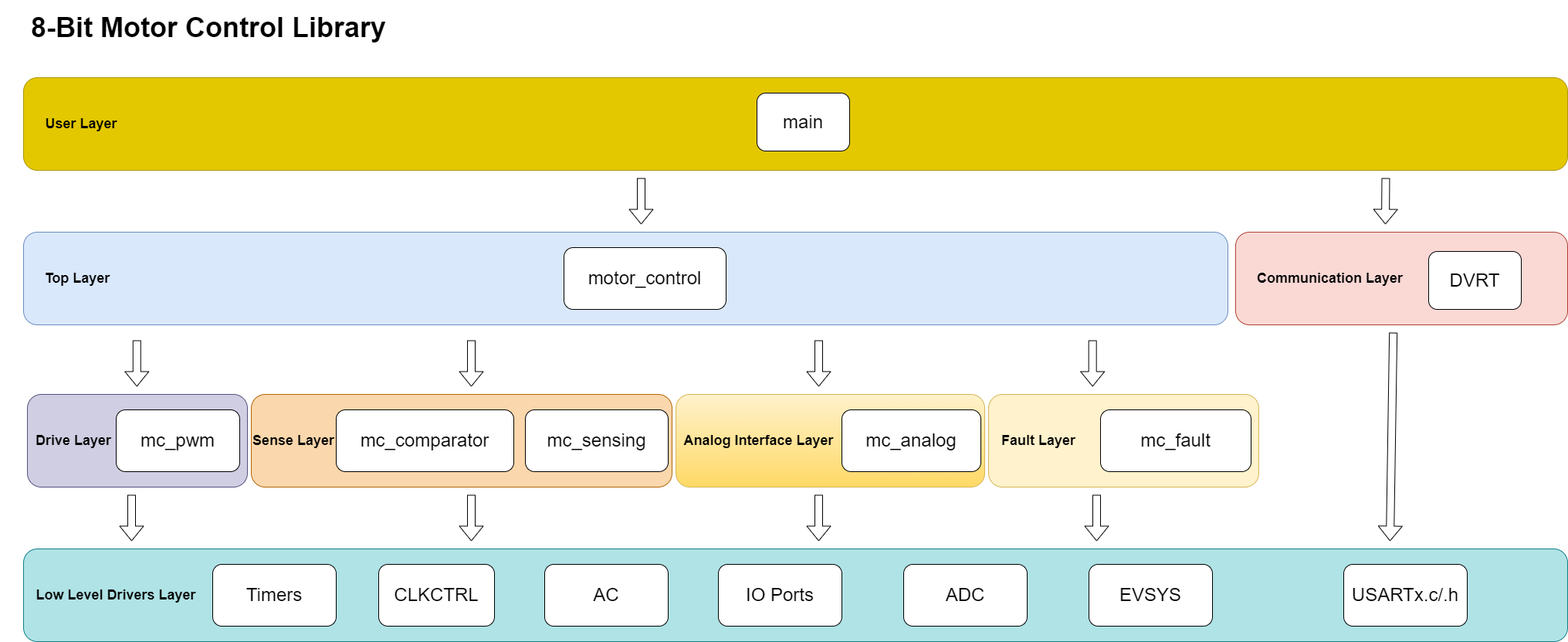
The draw.io diagram images/8bit_Motor_Control_Library_Block_Diagram.png in microchip-pic-avr-examples/avr16eb32-bldc-pmsm-motor-control-demo, before a commit. Source tidied: cells renumbered, new cells last; positions are measured from the earlier drawing's top-left corner, leaving out a move shared by most shapes.
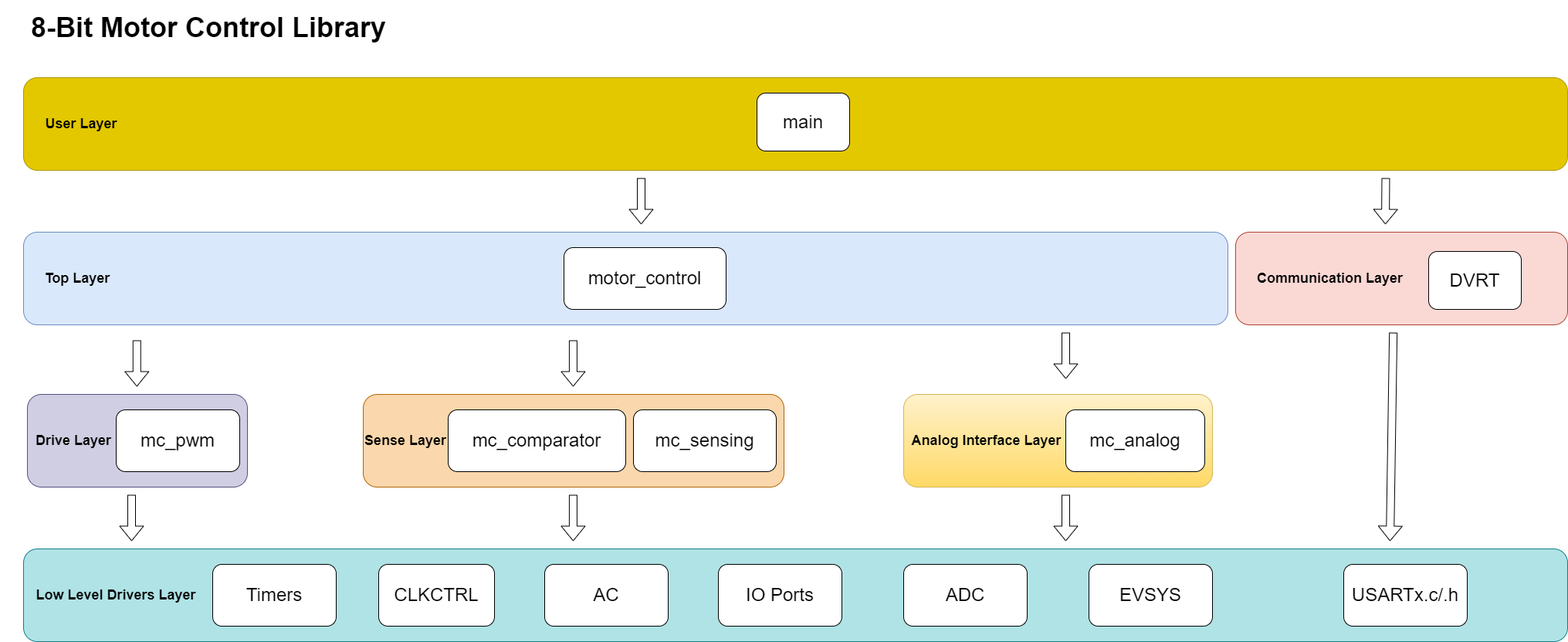
The same diagram one commit later.

Change to the diagram source:
```diff
@@ -6,17 +6,14 @@
       <mxGeometry x="30" y="710" width="2000" height="120" as="geometry" />
     </mxCell>
     <mxCell id="3" style="rounded=1;whiteSpace=wrap;html=1;fillColor=#fff2cc;strokeColor=#d6b656;gradientColor=#ffd966;" parent="1" vertex="1">
-      <mxGeometry x="875" y="510" width="400" height="120" as="geometry" />
+      <mxGeometry x="1170" y="510" width="400" height="120" as="geometry" />
     </mxCell>
     <mxCell id="4" style="rounded=1;whiteSpace=wrap;html=1;fillColor=#fad7ac;strokeColor=#b46504;" parent="1" vertex="1">
-      <mxGeometry x="325" y="510" width="545" height="120" as="geometry" />
+      <mxGeometry x="470" y="510" width="545" height="120" as="geometry" />
     </mxCell>
     <mxCell id="5" style="rounded=1;whiteSpace=wrap;html=1;fillColor=#fad9d5;strokeColor=#ae4132;" parent="1" vertex="1">
       <mxGeometry x="1600" y="300" width="430" height="120" as="geometry" />
     </mxCell>
-    <mxCell id="6" style="rounded=1;whiteSpace=wrap;html=1;fillColor=#fff2cc;strokeColor=#d6b656;" parent="1" vertex="1">
-      <mxGeometry x="1280" y="510" width="350" height="120" as="geometry" />
-    </mxCell>
     <mxCell id="7" style="rounded=1;whiteSpace=wrap;html=1;fillColor=#d0cee2;strokeColor=#56517e;" parent="1" vertex="1">
       <mxGeometry x="35" y="510" width="285" height="120" as="geometry" />
     </mxCell>
@@ -36,19 +33,16 @@
       <mxGeometry x="730" y="320" width="210" height="80" as="geometry" />
     </mxCell>
     <mxCell id="13" value="&lt;font style=&quot;font-size: 24px;&quot;&gt;mc_analog&lt;/font&gt;" style="rounded=1;whiteSpace=wrap;html=1;" parent="1" vertex="1">
-      <mxGeometry x="1090" y="530" width="180" height="80" as="geometry" />
+      <mxGeometry x="1380" y="530" width="180" height="80" as="geometry" />
     </mxCell>
     <mxCell id="14" value="&lt;font style=&quot;font-size: 24px;&quot;&gt;mc_pwm&lt;/font&gt;" style="rounded=1;whiteSpace=wrap;html=1;" parent="1" vertex="1">
       <mxGeometry x="150" y="530" width="160" height="80" as="geometry" />
     </mxCell>
-    <mxCell id="15" value="&lt;font style=&quot;font-size: 24px;&quot;&gt;mc_fault&lt;/font&gt;" style="rounded=1;whiteSpace=wrap;html=1;" parent="1" vertex="1">
-      <mxGeometry x="1425" y="530" width="195" height="80" as="geometry" />
-    </mxCell>
     <mxCell id="16" value="&lt;font style=&quot;font-size: 24px;&quot;&gt;mc_sensing&lt;/font&gt;" style="rounded=1;whiteSpace=wrap;html=1;" parent="1" vertex="1">
-      <mxGeometry x="680" y="530" width="185" height="80" as="geometry" />
+      <mxGeometry x="820" y="530" width="185" height="80" as="geometry" />
     </mxCell>
     <mxCell id="17" value="&lt;font style=&quot;font-size: 24px;&quot;&gt;mc_comparator&lt;/font&gt;" style="rounded=1;whiteSpace=wrap;html=1;" parent="1" vertex="1">
-      <mxGeometry x="435" y="530" width="230" height="80" as="geometry" />
+      <mxGeometry x="580" y="530" width="230" height="80" as="geometry" />
     </mxCell>
     <mxCell id="18" value="&lt;b&gt;&lt;font style=&quot;font-size: 18px;&quot;&gt;User Layer&lt;/font&gt;&lt;/b&gt;" style="text;html=1;strokeColor=none;fillColor=none;align=center;verticalAlign=middle;whiteSpace=wrap;rounded=0;" parent="1" vertex="1">
       <mxGeometry x="55" y="145" width="100" height="30" as="geometry" />
@@ -60,13 +54,10 @@
       <mxGeometry x="40" y="555" width="110" height="30" as="geometry" />
     </mxCell>
     <mxCell id="21" value="&lt;b&gt;&lt;font style=&quot;font-size: 18px;&quot;&gt;Sense Layer&lt;/font&gt;&lt;/b&gt;" style="text;html=1;strokeColor=none;fillColor=none;align=center;verticalAlign=middle;whiteSpace=wrap;rounded=0;" parent="1" vertex="1">
-      <mxGeometry x="325" y="555" width="110" height="30" as="geometry" />
+      <mxGeometry x="470" y="555" width="110" height="30" as="geometry" />
     </mxCell>
-    <mxCell id="22" value="&lt;b&gt;&lt;font style=&quot;font-size: 18px;&quot;&gt;Fault Layer&lt;/font&gt;&lt;/b&gt;" style="text;html=1;strokeColor=none;fillColor=none;align=center;verticalAlign=middle;whiteSpace=wrap;rounded=0;" parent="1" vertex="1">
-      <mxGeometry x="1290" y="555" width="110" height="30" as="geometry" />
-    </mxCell>
     <mxCell id="23" value="&lt;b&gt;&lt;font style=&quot;font-size: 18px;&quot;&gt;Analog Interface Layer&lt;/font&gt;&lt;/b&gt;" style="text;html=1;strokeColor=none;fillColor=none;align=center;verticalAlign=middle;whiteSpace=wrap;rounded=0;" parent="1" vertex="1">
-      <mxGeometry x="880" y="555" width="205" height="30" as="geometry" />
+      <mxGeometry x="1175" y="555" width="205" height="30" as="geometry" />
     </mxCell>
     <mxCell id="24" value="&lt;b&gt;&lt;font style=&quot;font-size: 18px;&quot;&gt;Communication Layer&lt;/font&gt;&lt;/b&gt;" style="text;html=1;strokeColor=none;fillColor=none;align=center;verticalAlign=middle;whiteSpace=wrap;rounded=0;" parent="1" vertex="1">
       <mxGeometry x="1620" y="345" width="205" height="30" as="geometry" />
@@ -86,12 +77,6 @@
         <mxPoint x="1794" y="290" as="targetPoint" />
       </mxGeometry>
     </mxCell>
-    <mxCell id="28" style="shape=flexArrow;endArrow=classic;html=1;rounded=0;" parent="1" edge="1">
-      <mxGeometry relative="1" as="geometry">
-        <mxPoint x="1414.7" y="440" as="sourcePoint" />
-        <mxPoint x="1414.7" y="500" as="targetPoint" />
-      </mxGeometry>
-    </mxCell>
     <mxCell id="29" value="&lt;font style=&quot;font-size: 24px;&quot;&gt;ADC&lt;/font&gt;" style="rounded=1;whiteSpace=wrap;html=1;" parent="1" vertex="1">
       <mxGeometry x="1170" y="730" width="160" height="80" as="geometry" />
     </mxCell>
@@ -110,12 +95,6 @@
     <mxCell id="34" value="&lt;font style=&quot;font-size: 24px;&quot;&gt;EVSYS&lt;/font&gt;" style="rounded=1;whiteSpace=wrap;html=1;" parent="1" vertex="1">
       <mxGeometry x="1410" y="730" width="160" height="80" as="geometry" />
     </mxCell>
-    <mxCell id="35" style="shape=flexArrow;endArrow=classic;html=1;rounded=0;" parent="1" edge="1">
-      <mxGeometry relative="1" as="geometry">
-        <mxPoint x="1420" y="640" as="sourcePoint" />
-        <mxPoint x="1420" y="700" as="targetPoint" />
-      </mxGeometry>
-    </mxCell>
     <mxCell id="36" style="shape=flexArrow;endArrow=classic;html=1;rounded=0;" parent="1" edge="1">
       <mxGeometry relative="1" as="geometry">
         <mxPoint x="1804.2" y="430" as="sourcePoint" />
@@ -130,14 +109,14 @@
     </mxCell>
     <mxCell id="38" style="shape=flexArrow;endArrow=classic;html=1;rounded=0;" parent="1" edge="1">
       <mxGeometry relative="1" as="geometry">
-        <mxPoint x="610" y="440" as="sourcePoint" />
-        <mxPoint x="610" y="500" as="targetPoint" />
+        <mxPoint x="741.9" y="440" as="sourcePoint" />
+        <mxPoint x="741.9" y="500" as="targetPoint" />
       </mxGeometry>
     </mxCell>
     <mxCell id="39" style="shape=flexArrow;endArrow=classic;html=1;rounded=0;" parent="1" edge="1">
       <mxGeometry relative="1" as="geometry">
-        <mxPoint x="1060" y="440" as="sourcePoint" />
-        <mxPoint x="1060" y="500" as="targetPoint" />
+        <mxPoint x="1380" y="430" as="sourcePoint" />
+        <mxPoint x="1380" y="490" as="targetPoint" />
       </mxGeometry>
     </mxCell>
     <mxCell id="40" style="shape=flexArrow;endArrow=classic;html=1;rounded=0;" parent="1" edge="1">
@@ -148,14 +127,14 @@
     </mxCell>
     <mxCell id="41" style="shape=flexArrow;endArrow=classic;html=1;rounded=0;" parent="1" edge="1">
       <mxGeometry relative="1" as="geometry">
-        <mxPoint x="610" y="640" as="sourcePoint" />
-        <mxPoint x="610" y="700" as="targetPoint" />
+        <mxPoint x="741.9" y="640" as="sourcePoint" />
+        <mxPoint x="741.9" y="700" as="targetPoint" />
       </mxGeometry>
     </mxCell>
     <mxCell id="42" style="shape=flexArrow;endArrow=classic;html=1;rounded=0;" parent="1" edge="1">
       <mxGeometry relative="1" as="geometry">
-        <mxPoint x="1060" y="640" as="sourcePoint" />
-        <mxPoint x="1060" y="700" as="targetPoint" />
+        <mxPoint x="1380" y="640" as="sourcePoint" />
+        <mxPoint x="1380" y="700" as="targetPoint" />
       </mxGeometry>
     </mxCell>
     <mxCell id="43" value="&lt;font style=&quot;font-size: 24px;&quot;&gt;DVRT&lt;/font&gt;" style="rounded=1;whiteSpace=wrap;html=1;" parent="1" vertex="1">
```
